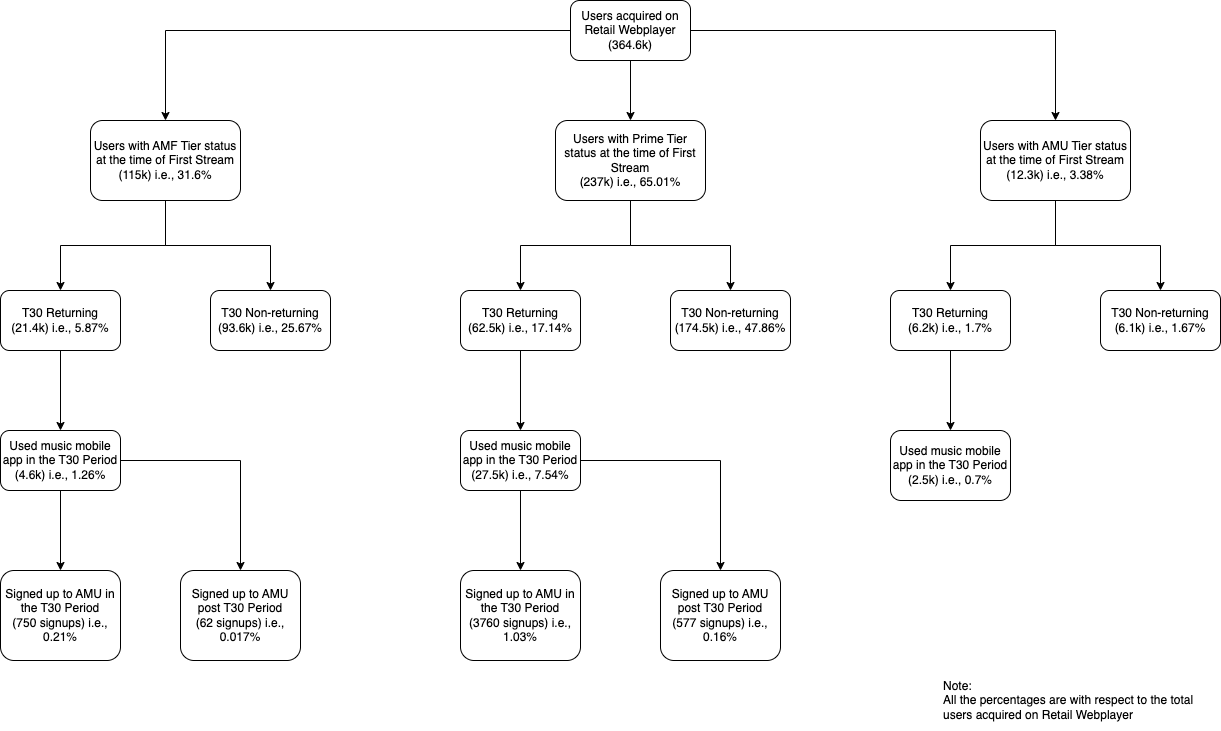
Before: T30 Funnel Analysis.png, a diagram exported from draw.io (suchit-raju/draw-io). Source tidied: cells renumbered, new cells last; positions are measured from the earlier drawing's top-left corner, leaving out a move shared by most shapes.
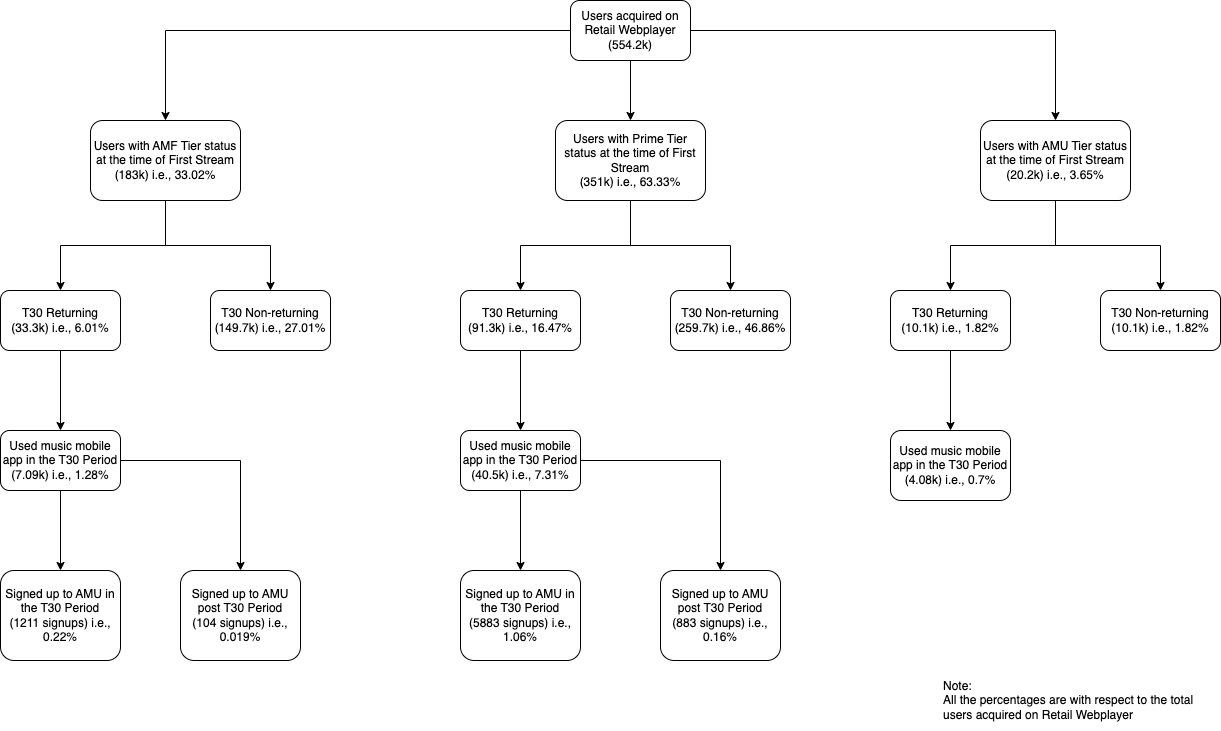
After the commit.

The edit, as a diff of the source:
```diff
@@ -11,7 +11,7 @@
     <mxCell id="4" style="edgeStyle=orthogonalEdgeStyle;rounded=0;jettySize=auto;html=1;exitX=1;exitY=0.5;exitDx=0;exitDy=0;entryX=0.5;entryY=0;entryDx=0;entryDy=0;" parent="1" edge="1" source="5" target="19">
       <mxGeometry relative="1" as="geometry" />
     </mxCell>
-    <mxCell id="5" value="Users acquired on Retail Webplayer (364.6k)" style="rounded=1;whiteSpace=wrap;html=1;" parent="1" vertex="1">
+    <mxCell id="5" value="Users acquired on Retail Webplayer (554.2k)" style="rounded=1;whiteSpace=wrap;html=1;" parent="1" vertex="1">
       <mxGeometry x="570" width="120" height="60" as="geometry" />
     </mxCell>
     <mxCell id="6" style="edgeStyle=orthogonalEdgeStyle;rounded=0;jettySize=auto;html=1;" parent="1" edge="1" source="8" target="10">
@@ -20,16 +20,16 @@
     <mxCell id="7" style="edgeStyle=orthogonalEdgeStyle;rounded=0;jettySize=auto;html=1;" parent="1" edge="1" source="8" target="11">
       <mxGeometry relative="1" as="geometry" />
     </mxCell>
-    <mxCell id="8" value="Users with AMF Tier status at the time of First Stream&lt;br&gt;(115k) i.e., 31.6%" style="whiteSpace=wrap;html=1;rounded=1;" parent="1" vertex="1">
+    <mxCell id="8" value="Users with AMF Tier status at the time of First Stream&lt;br&gt;(183k) i.e., 33.02%" style="whiteSpace=wrap;html=1;rounded=1;" parent="1" vertex="1">
       <mxGeometry x="90" y="120" width="150" height="80" as="geometry" />
     </mxCell>
     <mxCell id="9" style="edgeStyle=orthogonalEdgeStyle;rounded=0;jettySize=auto;html=1;" parent="1" edge="1" source="10" target="14">
       <mxGeometry relative="1" as="geometry" />
     </mxCell>
-    <mxCell id="10" value="T30 Returning&lt;br&gt;(21.4k) i.e., 5.87%" style="whiteSpace=wrap;html=1;rounded=1;" parent="1" vertex="1">
+    <mxCell id="10" value="T30 Returning&lt;br&gt;(33.3k) i.e., 6.01%" style="whiteSpace=wrap;html=1;rounded=1;" parent="1" vertex="1">
       <mxGeometry y="290" width="120" height="60" as="geometry" />
     </mxCell>
-    <mxCell id="11" value="T30 Non-returning&lt;br&gt;(93.6k) i.e., 25.67%" style="whiteSpace=wrap;html=1;rounded=1;" parent="1" vertex="1">
+    <mxCell id="11" value="T30 Non-returning&lt;br&gt;(149.7k) i.e., 27.01%" style="whiteSpace=wrap;html=1;rounded=1;" parent="1" vertex="1">
       <mxGeometry x="210" y="290" width="120" height="60" as="geometry" />
     </mxCell>
     <mxCell id="12" style="edgeStyle=orthogonalEdgeStyle;rounded=0;jettySize=auto;html=1;" parent="1" edge="1" source="14" target="15">
@@ -38,13 +38,13 @@
     <mxCell id="13" style="edgeStyle=orthogonalEdgeStyle;rounded=0;jettySize=auto;html=1;" parent="1" edge="1" source="14" target="16">
       <mxGeometry relative="1" as="geometry" />
     </mxCell>
-    <mxCell id="14" value="Used music mobile app in the T30 Period&lt;br&gt;(4.6k) i.e., 1.26%" style="whiteSpace=wrap;html=1;rounded=1;" parent="1" vertex="1">
+    <mxCell id="14" value="Used music mobile app in the T30 Period&lt;br&gt;(7.09k) i.e., 1.28%" style="whiteSpace=wrap;html=1;rounded=1;" parent="1" vertex="1">
       <mxGeometry y="430" width="120" height="60" as="geometry" />
     </mxCell>
-    <mxCell id="15" value="Signed up to AMU in the T30 Period&lt;br&gt;(750 signups) i.e., 0.21%" style="whiteSpace=wrap;html=1;rounded=1;" parent="1" vertex="1">
+    <mxCell id="15" value="Signed up to AMU in the T30 Period&lt;br&gt;(1211 signups) i.e., 0.22%" style="whiteSpace=wrap;html=1;rounded=1;" parent="1" vertex="1">
       <mxGeometry y="570" width="120" height="90" as="geometry" />
     </mxCell>
-    <mxCell id="16" value="Signed up to AMU post T30 Period&lt;br&gt;(62 signups) i.e., 0.017%" style="whiteSpace=wrap;html=1;rounded=1;" parent="1" vertex="1">
+    <mxCell id="16" value="Signed up to AMU post T30 Period&lt;br&gt;(104 signups) i.e., 0.019%" style="whiteSpace=wrap;html=1;rounded=1;" parent="1" vertex="1">
       <mxGeometry x="180" y="570" width="120" height="90" as="geometry" />
     </mxCell>
     <mxCell id="17" style="edgeStyle=orthogonalEdgeStyle;rounded=0;jettySize=auto;html=1;" parent="1" edge="1" source="19" target="21">
@@ -53,19 +53,19 @@
     <mxCell id="18" style="edgeStyle=orthogonalEdgeStyle;rounded=0;jettySize=auto;html=1;" parent="1" edge="1" source="19" target="22">
       <mxGeometry relative="1" as="geometry" />
     </mxCell>
-    <mxCell id="19" value="Users with AMU Tier status at the time of First Stream&lt;br&gt;(12.3k) i.e., 3.38%" style="whiteSpace=wrap;html=1;rounded=1;" parent="1" vertex="1">
+    <mxCell id="19" value="Users with AMU Tier status at the time of First Stream&lt;br&gt;(20.2k) i.e., 3.65%" style="whiteSpace=wrap;html=1;rounded=1;" parent="1" vertex="1">
       <mxGeometry x="980" y="120" width="150" height="80" as="geometry" />
     </mxCell>
     <mxCell id="20" style="edgeStyle=orthogonalEdgeStyle;rounded=0;jettySize=auto;html=1;" parent="1" edge="1" source="21" target="23">
       <mxGeometry relative="1" as="geometry" />
     </mxCell>
-    <mxCell id="21" value="T30 Returning&lt;br&gt;(6.2k) i.e., 1.7%" style="whiteSpace=wrap;html=1;rounded=1;" parent="1" vertex="1">
+    <mxCell id="21" value="T30 Returning&lt;br&gt;(10.1k) i.e., 1.82%" style="whiteSpace=wrap;html=1;rounded=1;" parent="1" vertex="1">
       <mxGeometry x="890" y="290" width="120" height="60" as="geometry" />
     </mxCell>
-    <mxCell id="22" value="T30 Non-returning&lt;br&gt;(6.1k) i.e., 1.67%" style="whiteSpace=wrap;html=1;rounded=1;" parent="1" vertex="1">
+    <mxCell id="22" value="T30 Non-returning&lt;br&gt;(10.1k) i.e., 1.82%" style="whiteSpace=wrap;html=1;rounded=1;" parent="1" vertex="1">
       <mxGeometry x="1100" y="290" width="120" height="60" as="geometry" />
     </mxCell>
-    <mxCell id="23" value="Used music mobile app in the T30 Period&lt;br&gt;(2.5k) i.e., 0.7%" style="whiteSpace=wrap;html=1;rounded=1;" parent="1" vertex="1">
+    <mxCell id="23" value="Used music mobile app in the T30 Period&lt;br&gt;(4.08k) i.e., 0.7%" style="whiteSpace=wrap;html=1;rounded=1;" parent="1" vertex="1">
       <mxGeometry x="890" y="430" width="120" height="70" as="geometry" />
     </mxCell>
     <mxCell id="24" style="edgeStyle=orthogonalEdgeStyle;rounded=0;jettySize=auto;html=1;" parent="1" edge="1" source="26" target="28">
@@ -74,16 +74,16 @@
     <mxCell id="25" style="edgeStyle=orthogonalEdgeStyle;rounded=0;jettySize=auto;html=1;" parent="1" edge="1" source="26" target="29">
       <mxGeometry relative="1" as="geometry" />
     </mxCell>
-    <mxCell id="26" value="Users with Prime Tier status at the time of First Stream&lt;br&gt;(237k) i.e., 65.01%" style="whiteSpace=wrap;html=1;rounded=1;" parent="1" vertex="1">
+    <mxCell id="26" value="Users with Prime Tier status at the time of First Stream&lt;br&gt;(351k) i.e., 63.33%" style="whiteSpace=wrap;html=1;rounded=1;" parent="1" vertex="1">
       <mxGeometry x="555" y="120" width="150" height="80" as="geometry" />
     </mxCell>
     <mxCell id="27" style="edgeStyle=orthogonalEdgeStyle;rounded=0;jettySize=auto;html=1;" parent="1" edge="1" source="28" target="32">
       <mxGeometry relative="1" as="geometry" />
     </mxCell>
-    <mxCell id="28" value="T30 Returning&lt;br&gt;(62.5k) i.e., 17.14%" style="whiteSpace=wrap;html=1;rounded=1;" parent="1" vertex="1">
+    <mxCell id="28" value="T30 Returning&lt;br&gt;(91.3k) i.e., 16.47%" style="whiteSpace=wrap;html=1;rounded=1;" parent="1" vertex="1">
       <mxGeometry x="460" y="290" width="120" height="60" as="geometry" />
     </mxCell>
-    <mxCell id="29" value="T30 Non-returning&lt;br&gt;(174.5k) i.e., 47.86%" style="whiteSpace=wrap;html=1;rounded=1;" parent="1" vertex="1">
+    <mxCell id="29" value="T30 Non-returning&lt;br&gt;(259.7k) i.e., 46.86%" style="whiteSpace=wrap;html=1;rounded=1;" parent="1" vertex="1">
       <mxGeometry x="670" y="290" width="120" height="60" as="geometry" />
     </mxCell>
     <mxCell id="30" style="edgeStyle=orthogonalEdgeStyle;rounded=0;jettySize=auto;html=1;" parent="1" edge="1" source="32" target="33">
@@ -92,13 +92,13 @@
     <mxCell id="31" style="edgeStyle=orthogonalEdgeStyle;rounded=0;jettySize=auto;html=1;" parent="1" edge="1" source="32" target="34">
       <mxGeometry relative="1" as="geometry" />
     </mxCell>
-    <mxCell id="32" value="Used music mobile app in the T30 Period&lt;br&gt;(27.5k) i.e., 7.54%" style="whiteSpace=wrap;html=1;rounded=1;" parent="1" vertex="1">
+    <mxCell id="32" value="Used music mobile app in the T30 Period&lt;br&gt;(40.5k) i.e., 7.31%" style="whiteSpace=wrap;html=1;rounded=1;" parent="1" vertex="1">
       <mxGeometry x="460" y="430" width="120" height="60" as="geometry" />
     </mxCell>
-    <mxCell id="33" value="Signed up to AMU in the T30 Period&lt;br&gt;(3760 signups) i.e., 1.03%" style="whiteSpace=wrap;html=1;rounded=1;" parent="1" vertex="1">
+    <mxCell id="33" value="Signed up to AMU in the T30 Period&lt;br&gt;(5883 signups) i.e., 1.06%" style="whiteSpace=wrap;html=1;rounded=1;" parent="1" vertex="1">
       <mxGeometry x="460" y="570" width="120" height="90" as="geometry" />
     </mxCell>
-    <mxCell id="34" value="Signed up to AMU post T30 Period&lt;br&gt;(577 signups) i.e., 0.16%" style="whiteSpace=wrap;html=1;rounded=1;" parent="1" vertex="1">
+    <mxCell id="34" value="Signed up to AMU post T30 Period&lt;br&gt;(883 signups) i.e., 0.16%" style="whiteSpace=wrap;html=1;rounded=1;" parent="1" vertex="1">
       <mxGeometry x="660" y="570" width="120" height="90" as="geometry" />
     </mxCell>
     <mxCell id="35" value="Note:&lt;br&gt;All the percentages are with respect to the total users acquired on Retail Webplayer" style="text;html=1;strokeColor=none;fillColor=none;align=left;verticalAlign=middle;whiteSpace=wrap;rounded=0;" parent="1" vertex="1">
```
